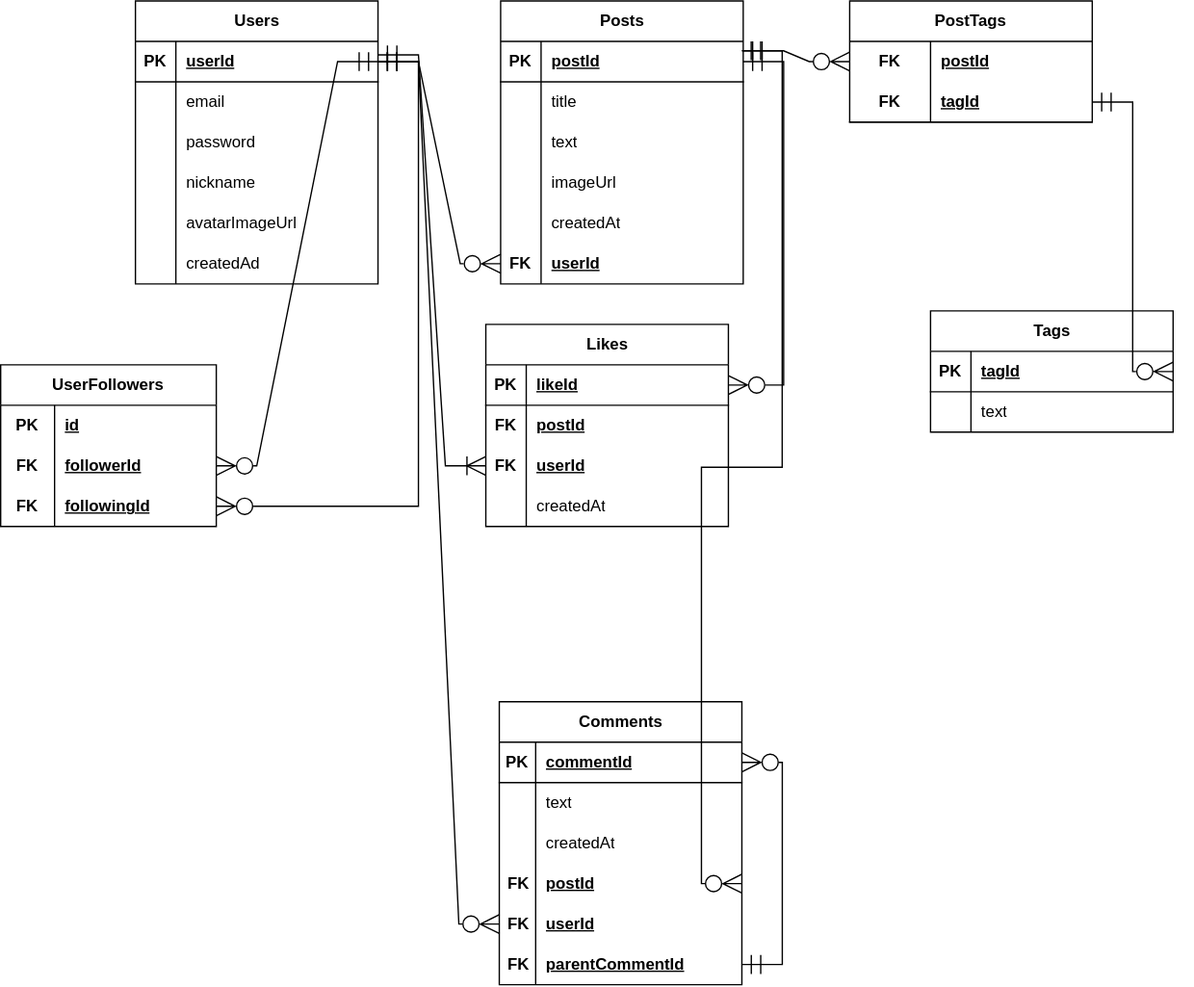
Before: CROWKPI.drawio.svg, a diagram exported from draw.io (Useraccont1507/KPILab1). Source tidied: cells renumbered, new cells last; positions are measured from the earlier drawing's top-left corner, leaving out a move shared by most shapes.
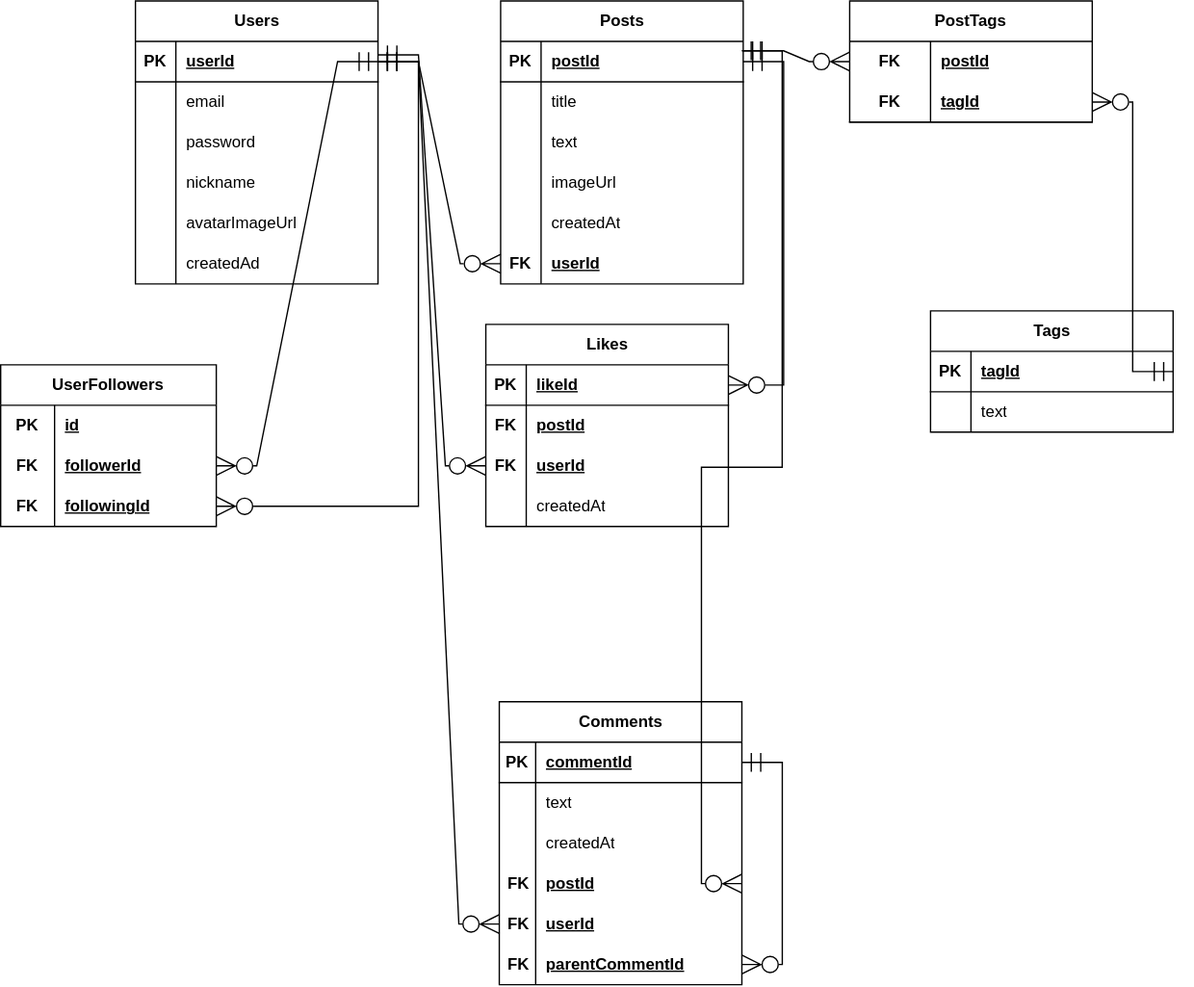
Above is the later version.

What changed in the source:
```diff
@@ -176,7 +176,7 @@
     <mxCell id="59" value="&lt;b&gt;&lt;u&gt;parentCommentId&lt;/u&gt;&lt;/b&gt;" style="shape=partialRectangle;fillColor=none;top=0;left=0;bottom=0;right=0;align=left;spacingLeft=6;overflow=hidden;whiteSpace=wrap;html=1;" parent="57" vertex="1">
       <mxGeometry x="27" width="153" height="30" as="geometry" />
     </mxCell>
-    <mxCell id="60" style="edgeStyle=entityRelationEdgeStyle;fontSize=12;html=1;endArrow=ERmandOne;startArrow=ERzeroToMany;rounded=0;entryX=1;entryY=0.5;entryDx=0;entryDy=0;startSize=12;endSize=12;endFill=0;startFill=0;" parent="41" edge="1" source="42" target="57">
+    <mxCell id="60" style="edgeStyle=entityRelationEdgeStyle;fontSize=12;html=1;endArrow=ERzeroToMany;startArrow=ERmandOne;rounded=0;entryX=1;entryY=0.5;entryDx=0;entryDy=0;startSize=12;endSize=12;endFill=0;startFill=0;" parent="41" edge="1" source="42" target="57">
       <mxGeometry relative="1" as="geometry" />
     </mxCell>
     <mxCell id="61" value="FK" style="shape=partialRectangle;fillColor=none;top=0;left=0;bottom=0;right=0;fontStyle=1;overflow=hidden;whiteSpace=wrap;html=1;" parent="1" vertex="1">
@@ -250,7 +250,7 @@
     <mxCell id="79" value="tagId" style="shape=partialRectangle;fillColor=none;top=0;left=0;bottom=0;right=0;align=left;spacingLeft=6;fontStyle=5;overflow=hidden;html=1;whiteSpace=wrap;" parent="77" vertex="1">
       <mxGeometry x="60" width="120" height="30" as="geometry" />
     </mxCell>
-    <mxCell id="80" style="edgeStyle=entityRelationEdgeStyle;fontSize=12;html=1;endArrow=ERmandOne;startArrow=ERzeroToMany;rounded=0;entryX=1;entryY=0.5;entryDx=0;entryDy=0;exitX=1;exitY=0.5;exitDx=0;exitDy=0;startSize=12;endSize=12;endFill=0;startFill=0;" parent="1" edge="1" source="62" target="77">
+    <mxCell id="80" style="edgeStyle=entityRelationEdgeStyle;fontSize=12;html=1;endArrow=ERzeroToMany;startArrow=ERmandOne;rounded=0;entryX=1;entryY=0.5;entryDx=0;entryDy=0;exitX=1;exitY=0.5;exitDx=0;exitDy=0;startSize=12;endSize=12;endFill=0;startFill=0;" parent="1" edge="1" source="62" target="77">
       <mxGeometry relative="1" as="geometry" />
     </mxCell>
     <mxCell id="81" style="edgeStyle=entityRelationEdgeStyle;fontSize=12;html=1;endArrow=ERzeroToMany;startArrow=ERmandOne;rounded=0;entryX=0;entryY=0.5;entryDx=0;entryDy=0;exitX=1;exitY=0.233;exitDx=0;exitDy=0;startSize=12;endSize=12;exitPerimeter=0;endFill=0;" parent="1" edge="1" source="22" target="74">
@@ -359,7 +359,7 @@
         </Array>
       </mxGeometry>
     </mxCell>
-    <mxCell id="113" style="edgeStyle=entityRelationEdgeStyle;fontSize=12;html=1;endArrow=ERoneToMany;startArrow=ERmandOne;rounded=0;startSize=12;endSize=12;endFill=0;" parent="1" edge="1" target="104">
+    <mxCell id="113" style="edgeStyle=entityRelationEdgeStyle;fontSize=12;html=1;endArrow=ERzeroToMany;startArrow=ERmandOne;rounded=0;startSize=12;endSize=12;endFill=0;startFill=0;" parent="1" edge="1" target="104">
       <mxGeometry relative="1" as="geometry">
         <mxPoint x="280" y="40" as="sourcePoint" />
         <Array as="points">
```
